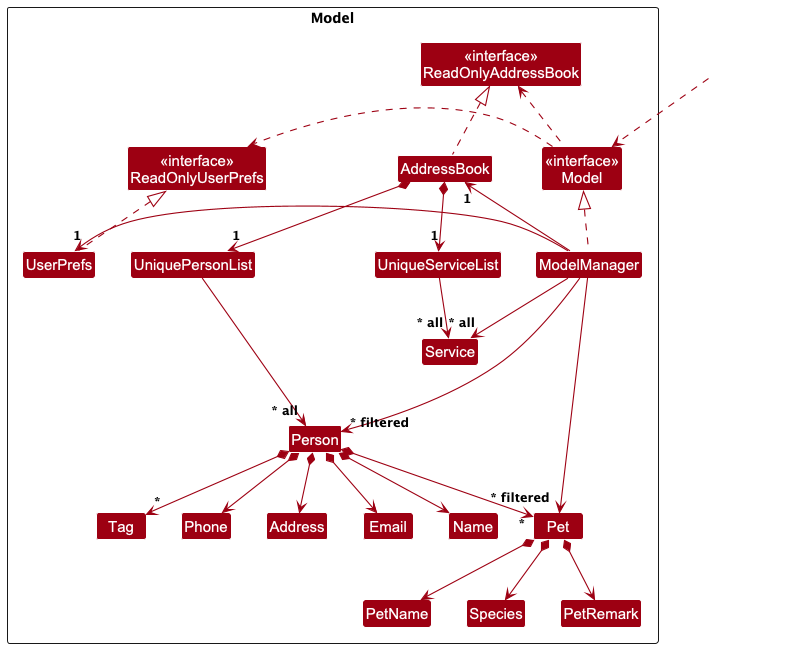
Earlier version of the PlantUML export docs/images/ModelClassDiagram.png (nana-6381/tp). The source it was exported from:
```plantuml
@startuml
!include style.puml
skinparam arrowThickness 1.1
skinparam arrowColor MODEL_COLOR
skinparam classBackgroundColor MODEL_COLOR

Package Model as ModelPackage <<Rectangle>>{
Class "<<interface>>\nReadOnlyAddressBook" as ReadOnlyAddressBook
Class "<<interface>>\nReadOnlyUserPrefs" as ReadOnlyUserPrefs
Class "<<interface>>\nModel" as Model
Class AddressBook
Class ModelManager
Class UserPrefs

Class UniquePersonList
Class UniqueServiceList
Class Person
Class Pet
Class PetName
Class Species
Class PetRemark
Class Service
Class Address
Class Email
Class Name
Class Phone
Class Tag

Class I #FFFFFF
}

Class HiddenOutside #FFFFFF
HiddenOutside ..> Model

AddressBook .up.|> ReadOnlyAddressBook

ModelManager .up.|> Model
Model .right.> ReadOnlyUserPrefs
Model .left.> ReadOnlyAddressBook
ModelManager -left-> "1" AddressBook
ModelManager -right-> "1" UserPrefs
UserPrefs .up.|> ReadOnlyUserPrefs

AddressBook *--> "1" UniquePersonList
AddressBook *--> "1" UniqueServiceList
UniquePersonList --> "~* all" Person
UniqueServiceList --> "~* all" Service
Person *--> Name
Person *--> Phone
Person *--> Email
Person *--> Address
Person *--> "*" Tag
Person *--> "*" Pet
Pet *--> PetName
Pet *--> Species
Pet *--> PetRemark

Person -[hidden]up--> I
UniquePersonList -[hidden]right-> I
UniqueServiceList -[hidden]left-> I

Name -[hidden]right-> Phone
Phone -[hidden]right-> Address
Address -[hidden]right-> Email
PetName -[hidden]right-> Species
Species -[hidden]right-> PetRemark

ModelManager --> "~* filtered" Person
ModelManager --> "~* all" Service
ModelManager --> "~* filtered" Pet
@enduml
```
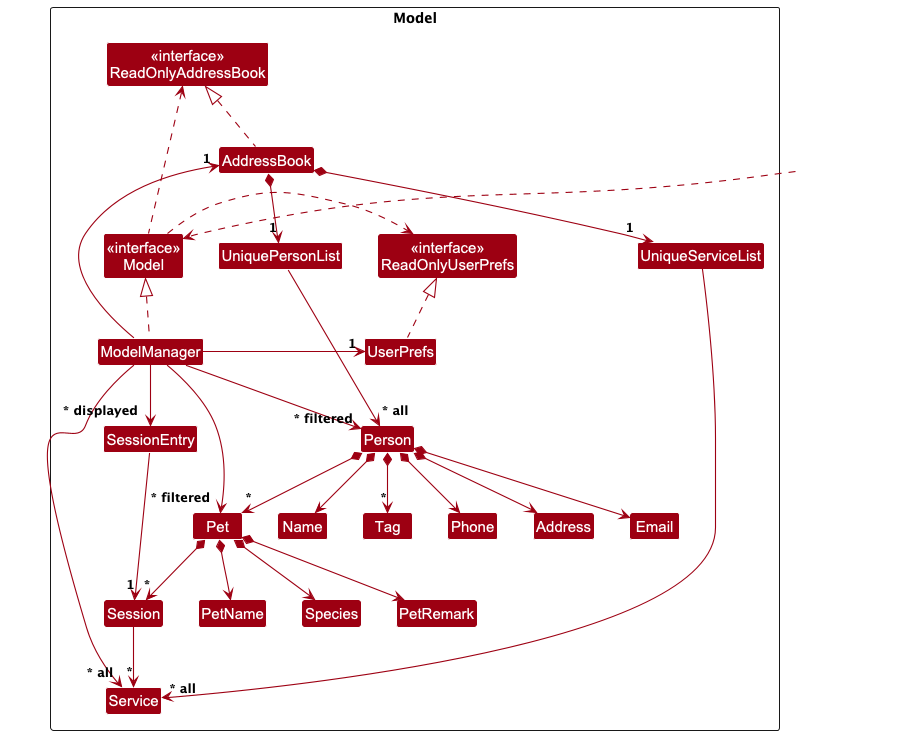
After the change.

Commit message:
Update model section of UG

Diff of the diagram source:
```diff
@@ -19,6 +19,8 @@
 Class PetName
 Class Species
 Class PetRemark
+Class Session
+Class SessionEntry
 Class Service
 Class Address
 Class Email
@@ -54,6 +56,8 @@
 Pet *--> PetName
 Pet *--> Species
 Pet *--> PetRemark
+Pet *--> "*" Session
+Session --> "*" Service
 
 Person -[hidden]up--> I
 UniquePersonList -[hidden]right-> I
@@ -68,4 +72,6 @@
 ModelManager --> "~* filtered" Person
 ModelManager --> "~* all" Service
 ModelManager --> "~* filtered" Pet
+ModelManager --> "~* displayed" SessionEntry
+SessionEntry --> "1" Session
 @enduml
```
